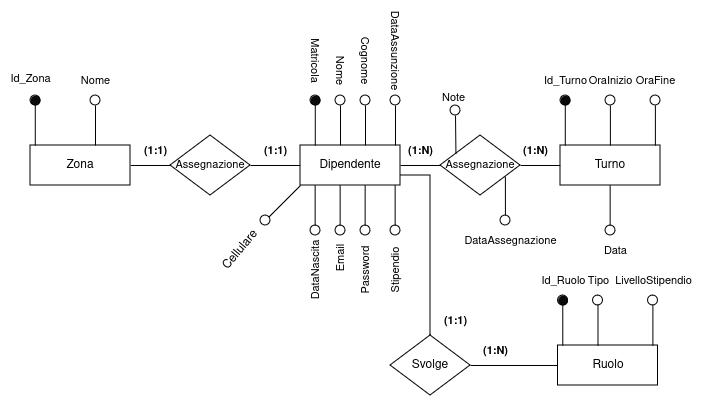
This is fase_due/images/rifinitura_dipendente.png from IonutZbir/ProgettoDatabase, a draw.io export, as it was before one commit. Source tidied: cells renumbered, new cells last; positions are measured from the earlier drawing's top-left corner, leaving out a move shared by most shapes.
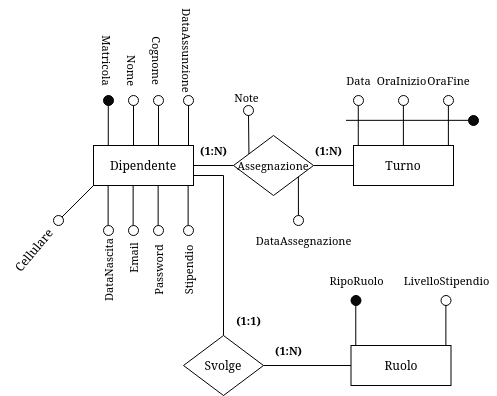
The same file after the commit.

The edit, as a diff of the source:
```diff
@@ -2,9 +2,6 @@
   <root>
     <mxCell id="0" />
     <mxCell id="1" parent="0" />
-    <mxCell id="2" style="edgeStyle=orthogonalEdgeStyle;rounded=0;jettySize=auto;html=1;entryX=1;entryY=0.5;entryDx=0;entryDy=0;endArrow=none;endFill=0;" parent="1" edge="1" source="3" target="71">
-      <mxGeometry relative="1" as="geometry" />
-    </mxCell>
     <mxCell id="3" value="Dipendente" style="whiteSpace=wrap;html=1;align=center;" parent="1" vertex="1">
       <mxGeometry x="300" y="110" width="100" height="40" as="geometry" />
     </mxCell>
@@ -43,9 +40,6 @@
         <mxPoint x="564.8" y="70" as="targetPoint" />
       </mxGeometry>
     </mxCell>
-    <mxCell id="13" style="ellipse;whiteSpace=wrap;html=1;fontFamily=Helvetica;fontSize=11;fontColor=default;labelBackgroundColor=default;fillColor=#0A0A0A;" parent="1" vertex="1">
-      <mxGeometry x="560" y="60" width="10" height="10" as="geometry" />
-    </mxCell>
     <mxCell id="14" style="edgeStyle=none;shape=connector;rounded=0;orthogonalLoop=1;jettySize=auto;html=1;strokeColor=default;align=center;verticalAlign=middle;fontFamily=Helvetica;fontSize=11;fontColor=default;labelBackgroundColor=default;endArrow=none;" parent="1" edge="1">
       <mxGeometry relative="1" as="geometry">
         <mxPoint x="562.3" y="310" as="sourcePoint" />
@@ -55,24 +49,9 @@
     <mxCell id="15" style="ellipse;whiteSpace=wrap;html=1;fontFamily=Helvetica;fontSize=11;fontColor=default;labelBackgroundColor=default;fillColor=#0A0A0A;" parent="1" vertex="1">
       <mxGeometry x="557.5" y="260" width="10" height="10" as="geometry" />
     </mxCell>
-    <mxCell id="16" value="Id_Turno" style="text;html=1;align=center;verticalAlign=middle;strokeColor=none;fillColor=none;fontFamily=Helvetica;fontSize=11;fontColor=default;labelBackgroundColor=default;" parent="1" vertex="1">
-      <mxGeometry x="530" y="30" width="70" height="30" as="geometry" />
-    </mxCell>
-    <mxCell id="17" value="Id_Ruolo" style="text;html=1;align=center;verticalAlign=middle;strokeColor=none;fillColor=none;fontFamily=Helvetica;fontSize=11;fontColor=default;labelBackgroundColor=default;" parent="1" vertex="1">
-      <mxGeometry x="527.5" y="230" width="70" height="30" as="geometry" />
+    <mxCell id="17" value="RipoRuolo" style="text;html=1;align=center;verticalAlign=middle;strokeColor=none;fillColor=none;fontFamily=Helvetica;fontSize=11;fontColor=default;labelBackgroundColor=default;" parent="1" vertex="1">
+      <mxGeometry x="522.5" y="230" width="80" height="30" as="geometry" />
     </mxCell>
-    <mxCell id="18" style="edgeStyle=none;shape=connector;rounded=0;orthogonalLoop=1;jettySize=auto;html=1;strokeColor=default;align=center;verticalAlign=middle;fontFamily=Helvetica;fontSize=11;fontColor=default;labelBackgroundColor=default;endArrow=none;" parent="1" edge="1">
-      <mxGeometry relative="1" as="geometry">
-        <mxPoint x="597.5" y="310" as="sourcePoint" />
-        <mxPoint x="597.5" y="270" as="targetPoint" />
-      </mxGeometry>
-    </mxCell>
-    <mxCell id="19" style="ellipse;whiteSpace=wrap;html=1;fontFamily=Helvetica;fontSize=11;fontColor=default;labelBackgroundColor=default;fillColor=none;" parent="1" vertex="1">
-      <mxGeometry x="592.5" y="260" width="10" height="10" as="geometry" />
-    </mxCell>
-    <mxCell id="20" value="Tipo" style="text;html=1;align=center;verticalAlign=middle;strokeColor=none;fillColor=none;fontFamily=Helvetica;fontSize=11;fontColor=default;labelBackgroundColor=default;" parent="1" vertex="1">
-      <mxGeometry x="577.5" y="230" width="40" height="30" as="geometry" />
-    </mxCell>
     <mxCell id="21" style="edgeStyle=none;shape=connector;rounded=0;orthogonalLoop=1;jettySize=auto;html=1;strokeColor=default;align=center;verticalAlign=middle;fontFamily=Helvetica;fontSize=11;fontColor=default;labelBackgroundColor=default;endArrow=none;" parent="1" edge="1">
       <mxGeometry relative="1" as="geometry">
         <mxPoint x="652.4" y="310" as="sourcePoint" />
@@ -95,7 +74,7 @@
       <mxGeometry x="605" y="60" width="10" height="10" as="geometry" />
     </mxCell>
     <mxCell id="26" value="OraInizio" style="text;html=1;align=center;verticalAlign=middle;strokeColor=none;fillColor=none;fontFamily=Helvetica;fontSize=11;fontColor=default;labelBackgroundColor=default;" parent="1" vertex="1">
-      <mxGeometry x="575" y="30" width="70" height="30" as="geometry" />
+      <mxGeometry x="572.5" y="30" width="70" height="30" as="geometry" />
     </mxCell>
     <mxCell id="27" style="edgeStyle=none;shape=connector;rounded=0;orthogonalLoop=1;jettySize=auto;html=1;strokeColor=default;align=center;verticalAlign=middle;fontFamily=Helvetica;fontSize=11;fontColor=default;labelBackgroundColor=default;endArrow=none;" parent="1" edge="1">
       <mxGeometry relative="1" as="geometry">
@@ -116,7 +95,7 @@
       </mxGeometry>
     </mxCell>
     <mxCell id="31" value="Data" style="text;html=1;align=center;verticalAlign=middle;strokeColor=none;fillColor=none;fontFamily=Helvetica;fontSize=11;fontColor=default;labelBackgroundColor=default;" parent="1" vertex="1">
-      <mxGeometry x="590" y="200" width="50" height="30" as="geometry" />
+      <mxGeometry x="540" y="30" width="50" height="30" as="geometry" />
     </mxCell>
     <mxCell id="32" style="edgeStyle=none;shape=connector;rounded=0;orthogonalLoop=1;jettySize=auto;html=1;strokeColor=default;align=center;verticalAlign=middle;fontFamily=Helvetica;fontSize=11;fontColor=default;labelBackgroundColor=default;endArrow=none;" parent="1" edge="1">
       <mxGeometry relative="1" as="geometry">
@@ -187,15 +166,6 @@
     <mxCell id="48" style="ellipse;whiteSpace=wrap;html=1;fontFamily=Helvetica;fontSize=11;fontColor=default;labelBackgroundColor=default;fillColor=none;" parent="1" vertex="1">
       <mxGeometry x="360" y="190" width="10" height="10" as="geometry" />
     </mxCell>
-    <mxCell id="49" style="edgeStyle=none;shape=connector;rounded=0;orthogonalLoop=1;jettySize=auto;html=1;strokeColor=default;align=center;verticalAlign=middle;fontFamily=Helvetica;fontSize=11;fontColor=default;labelBackgroundColor=default;endArrow=none;" parent="1" edge="1">
-      <mxGeometry relative="1" as="geometry">
-        <mxPoint x="609.6" y="190" as="sourcePoint" />
-        <mxPoint x="609.6" y="150" as="targetPoint" />
-      </mxGeometry>
-    </mxCell>
-    <mxCell id="50" style="ellipse;whiteSpace=wrap;html=1;fontFamily=Helvetica;fontSize=11;fontColor=default;labelBackgroundColor=default;fillColor=none;" parent="1" vertex="1">
-      <mxGeometry x="605" y="190" width="10" height="10" as="geometry" />
-    </mxCell>
     <mxCell id="51" value="DataNascita" style="text;html=1;align=center;verticalAlign=middle;strokeColor=none;fillColor=none;fontFamily=Helvetica;fontSize=11;fontColor=default;labelBackgroundColor=default;rotation=-90;" parent="1" vertex="1">
       <mxGeometry x="275" y="220" width="80" height="30" as="geometry" />
     </mxCell>
@@ -262,44 +232,17 @@
     <mxCell id="69" value="DataAssegnazione" style="text;html=1;align=center;verticalAlign=middle;strokeColor=none;fillColor=none;fontFamily=Helvetica;fontSize=11;fontColor=default;labelBackgroundColor=default;" parent="1" vertex="1">
       <mxGeometry x="450" y="190" width="120" height="30" as="geometry" />
     </mxCell>
-    <mxCell id="70" style="edgeStyle=orthogonalEdgeStyle;shape=connector;rounded=0;jettySize=auto;html=1;entryX=1;entryY=0.5;entryDx=0;entryDy=0;strokeColor=default;align=center;verticalAlign=middle;fontFamily=Helvetica;fontSize=11;fontColor=default;labelBackgroundColor=default;endArrow=none;endFill=0;" parent="1" edge="1" source="71" target="72">
-      <mxGeometry relative="1" as="geometry" />
-    </mxCell>
-    <mxCell id="71" value="&lt;font style=&quot;font-size: 11px;&quot;&gt;Assegnazione&lt;/font&gt;" style="shape=rhombus;perimeter=rhombusPerimeter;whiteSpace=wrap;html=1;align=center;" parent="1" vertex="1">
-      <mxGeometry x="170" y="100" width="80" height="60" as="geometry" />
-    </mxCell>
-    <mxCell id="72" value="Zona" style="whiteSpace=wrap;html=1;align=center;" parent="1" vertex="1">
-      <mxGeometry x="30" y="110" width="100" height="40" as="geometry" />
-    </mxCell>
-    <mxCell id="73" value="(1:1)" style="text;html=1;align=center;verticalAlign=middle;strokeColor=none;fillColor=none;fontFamily=Helvetica;fontSize=11;fontColor=default;labelBackgroundColor=default;fontStyle=1;" parent="1" vertex="1">
-      <mxGeometry x="250" y="100" width="50" height="30" as="geometry" />
-    </mxCell>
-    <mxCell id="74" value="(1:1)" style="text;html=1;align=center;verticalAlign=middle;strokeColor=none;fillColor=none;fontFamily=Helvetica;fontSize=11;fontColor=default;labelBackgroundColor=default;fontStyle=1;" parent="1" vertex="1">
-      <mxGeometry x="130" y="100" width="50" height="30" as="geometry" />
-    </mxCell>
-    <mxCell id="75" style="edgeStyle=none;shape=connector;rounded=0;orthogonalLoop=1;jettySize=auto;html=1;strokeColor=default;align=center;verticalAlign=middle;fontFamily=Helvetica;fontSize=11;fontColor=default;labelBackgroundColor=default;endArrow=none;" parent="1" edge="1">
-      <mxGeometry relative="1" as="geometry">
-        <mxPoint x="34.8" y="110" as="sourcePoint" />
-        <mxPoint x="34.8" y="70" as="targetPoint" />
-      </mxGeometry>
-    </mxCell>
-    <mxCell id="76" style="ellipse;whiteSpace=wrap;html=1;fontFamily=Helvetica;fontSize=11;fontColor=default;labelBackgroundColor=default;fillColor=#0A0A0A;" parent="1" vertex="1">
-      <mxGeometry x="30" y="60" width="10" height="10" as="geometry" />
-    </mxCell>
-    <mxCell id="77" value="Id_Zona" style="text;html=1;align=center;verticalAlign=middle;strokeColor=none;fillColor=none;fontFamily=Helvetica;fontSize=11;fontColor=default;labelBackgroundColor=default;" parent="1" vertex="1">
-      <mxGeometry y="28" width="60" height="30" as="geometry" />
-    </mxCell>
-    <mxCell id="78" style="edgeStyle=none;shape=connector;rounded=0;orthogonalLoop=1;jettySize=auto;html=1;strokeColor=default;align=center;verticalAlign=middle;fontFamily=Helvetica;fontSize=11;fontColor=default;labelBackgroundColor=default;endArrow=none;" parent="1" edge="1">
-      <mxGeometry relative="1" as="geometry">
-        <mxPoint x="95" y="110" as="sourcePoint" />
-        <mxPoint x="95" y="70" as="targetPoint" />
-      </mxGeometry>
-    </mxCell>
-    <mxCell id="79" style="ellipse;whiteSpace=wrap;html=1;fontFamily=Helvetica;fontSize=11;fontColor=default;labelBackgroundColor=default;fillColor=none;" parent="1" vertex="1">
-      <mxGeometry x="90" y="60" width="10" height="10" as="geometry" />
-    </mxCell>
-    <mxCell id="80" value="Nome" style="text;html=1;align=center;verticalAlign=middle;strokeColor=none;fillColor=none;fontFamily=Helvetica;fontSize=11;fontColor=default;labelBackgroundColor=default;" parent="1" vertex="1">
-      <mxGeometry x="70" y="30" width="50" height="30" as="geometry" />
-    </mxCell>
+    <mxCell id="81" style="ellipse;whiteSpace=wrap;html=1;fontFamily=Helvetica;fontSize=11;fontColor=default;labelBackgroundColor=default;fillColor=none;" parent="1" vertex="1">
+      <mxGeometry x="560" y="60" width="10" height="10" as="geometry" />
+    </mxCell>
+    <mxCell id="82" style="edgeStyle=orthogonalEdgeStyle;rounded=0;orthogonalLoop=1;jettySize=auto;html=1;exitX=1;exitY=0.5;exitDx=0;exitDy=0;endArrow=none;endFill=0;" parent="1" edge="1">
+      <mxGeometry relative="1" as="geometry">
+        <mxPoint x="552.5" y="84.8" as="sourcePoint" />
+        <mxPoint x="675" y="84.8" as="targetPoint" />
+      </mxGeometry>
+    </mxCell>
+    <mxCell id="83" style="ellipse;whiteSpace=wrap;html=1;fontFamily=Helvetica;fontSize=11;fontColor=default;labelBackgroundColor=default;fillColor=#0A0A0A;" parent="1" vertex="1">
+      <mxGeometry x="675" y="80" width="10" height="10" as="geometry" />
+    </mxCell>
   </root>
 </mxGraphModel>
```
